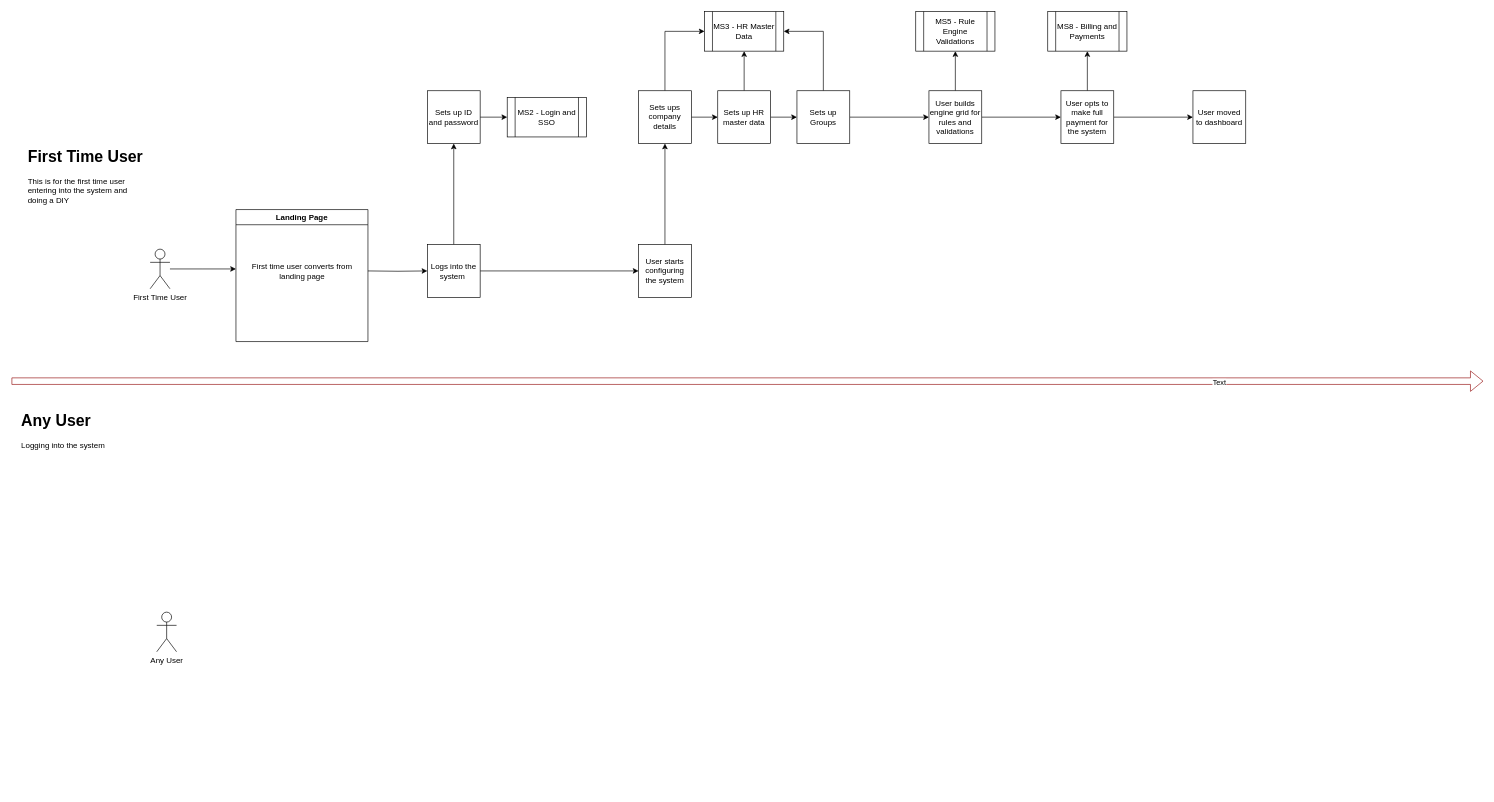
snair0410/cv keeps this draw.io diagram as page "Microservices architecture diagram - page 1" (7 of 7) of CustomerJourney.drawio. Above is the earlier version. Source tidied: cells renumbered, new cells numbered last; positions are measured from the earlier drawing's top-left corner, leaving out a move shared by most shapes. Both pictures are drawn from the tidied source at 66%, with x=0, y=0 at pixel (11, 11).
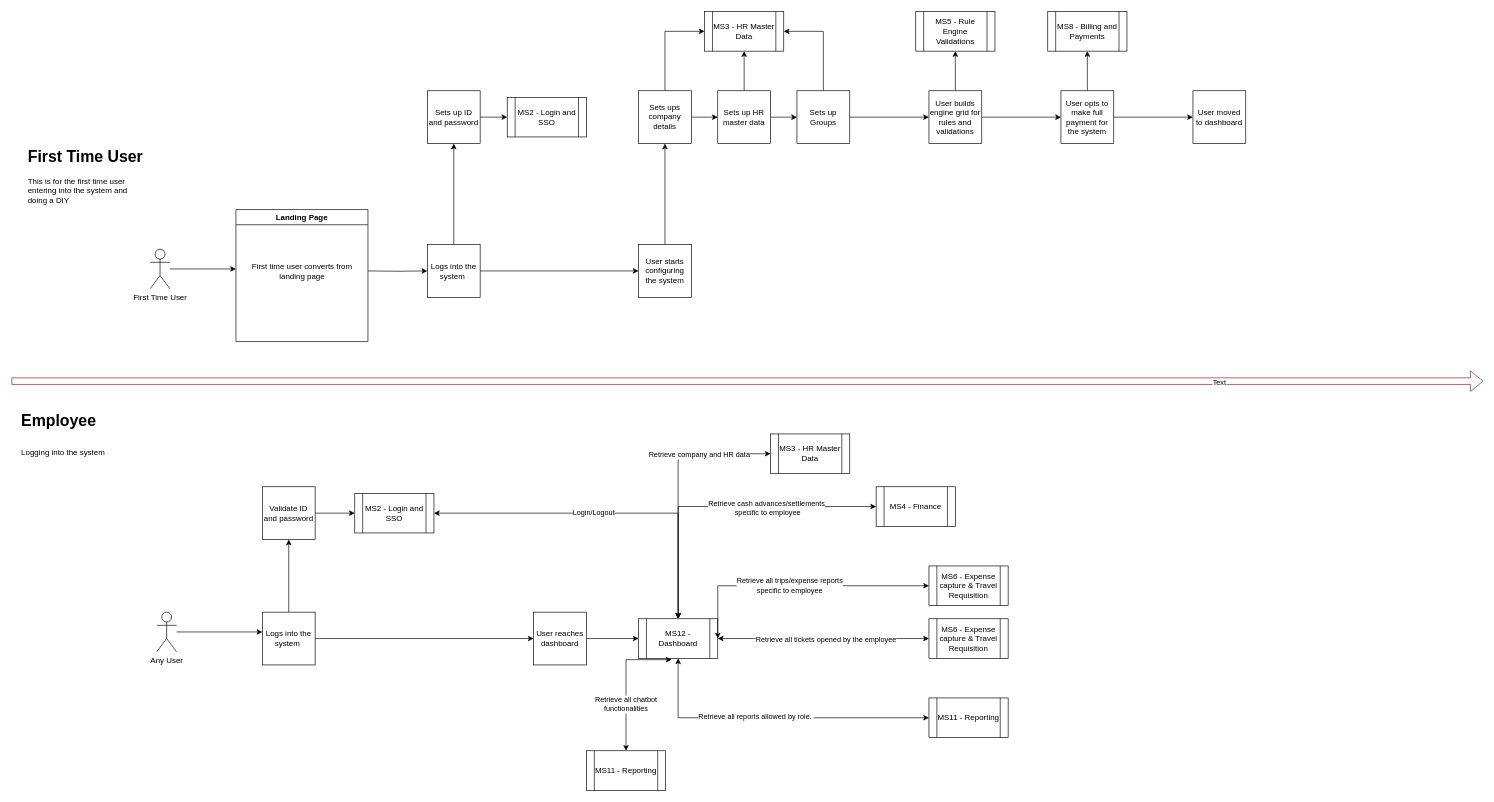
Above is the later version.

The change refers to these unchanged cells:
```xml
<mxCell id="38" value="Any User" style="shape=umlActor;verticalLabelPosition=bottom;verticalAlign=top;html=1;outlineConnect=0;" parent="1" vertex="1">
  <mxGeometry x="220" y="910" width="30" height="60" as="geometry" />
</mxCell>
```

Diff of the diagram source:
```diff
@@
-    <mxCell id="37" value="&lt;h1&gt;Any User&lt;/h1&gt;&lt;div&gt;Logging into the system&lt;/div&gt;" style="text;html=1;strokeColor=none;fillColor=none;spacing=5;spacingTop=-20;whiteSpace=wrap;overflow=hidden;rounded=0;" parent="1" vertex="1">
+    <mxCell id="37" value="&lt;h1&gt;&lt;span style=&quot;background-color: initial;&quot;&gt;Employee&lt;/span&gt;&lt;/h1&gt;&lt;h1&gt;&lt;span style=&quot;background-color: initial; font-size: 12px; font-weight: normal;&quot;&gt;Logging into the system&lt;/span&gt;&lt;br&gt;&lt;/h1&gt;" style="text;html=1;strokeColor=none;fillColor=none;spacing=5;spacingTop=-20;whiteSpace=wrap;overflow=hidden;rounded=0;" parent="1" vertex="1">
       <mxGeometry x="10" y="600" width="190" height="120" as="geometry" />
     </mxCell>
+    <mxCell id="39" style="edgeStyle=orthogonalEdgeStyle;rounded=0;jettySize=auto;html=1;entryX=0;entryY=0.375;entryDx=0;entryDy=0;entryPerimeter=0;" parent="1" edge="1" source="38" target="42">
+      <mxGeometry relative="1" as="geometry" />
+    </mxCell>
@@
+    <mxCell id="40" style="edgeStyle=orthogonalEdgeStyle;rounded=0;jettySize=auto;html=1;" parent="1" edge="1" source="42" target="44">
+      <mxGeometry relative="1" as="geometry" />
+    </mxCell>
+    <mxCell id="41" style="edgeStyle=orthogonalEdgeStyle;rounded=0;jettySize=auto;html=1;" parent="1" edge="1" source="42" target="47">
+      <mxGeometry relative="1" as="geometry" />
+    </mxCell>
+    <mxCell id="42" value="Logs into the system&amp;nbsp;" style="whiteSpace=wrap;html=1;" parent="1" vertex="1">
+      <mxGeometry x="380" y="910" width="80" height="80" as="geometry" />
+    </mxCell>
+    <mxCell id="43" style="edgeStyle=orthogonalEdgeStyle;rounded=0;jettySize=auto;html=1;" parent="1" edge="1" source="44" target="45">
+      <mxGeometry relative="1" as="geometry" />
+    </mxCell>
+    <mxCell id="44" value="Validate ID and password" style="whiteSpace=wrap;html=1;" parent="1" vertex="1">
+      <mxGeometry x="380" y="720" width="80" height="80" as="geometry" />
+    </mxCell>
+    <mxCell id="45" value="MS2 - Login and SSO" style="shape=process;whiteSpace=wrap;html=1;backgroundOutline=1;" parent="1" vertex="1">
+      <mxGeometry x="520" y="730" width="120" height="60" as="geometry" />
+    </mxCell>
+    <mxCell id="46" style="edgeStyle=orthogonalEdgeStyle;rounded=0;jettySize=auto;html=1;" parent="1" edge="1" source="47" target="48">
+      <mxGeometry relative="1" as="geometry" />
+    </mxCell>
+    <mxCell id="47" value="User reaches dashboard" style="whiteSpace=wrap;html=1;" parent="1" vertex="1">
+      <mxGeometry x="791" y="910" width="80" height="80" as="geometry" />
+    </mxCell>
+    <mxCell id="48" value="MS12 - Dashboard" style="shape=process;whiteSpace=wrap;html=1;backgroundOutline=1;" parent="1" vertex="1">
+      <mxGeometry x="950" y="920" width="120" height="60" as="geometry" />
+    </mxCell>
+    <mxCell id="49" style="endArrow=classic;startArrow=classic;html=1;rounded=0;entryX=1;entryY=0.5;entryDx=0;entryDy=0;" parent="1" edge="1" target="45">
+      <mxGeometry relative="1" as="geometry">
+        <mxPoint x="1010" y="920" as="sourcePoint" />
+        <Array as="points">
+          <mxPoint x="1010" y="760" />
+        </Array>
+      </mxGeometry>
+    </mxCell>
+    <mxCell id="50" value="Login/Logout" style="edgeLabel;html=1;align=center;verticalAlign=middle;" parent="49" vertex="1">
+      <mxGeometry x="0.09" y="-1" relative="1" as="geometry" />
+    </mxCell>
+    <mxCell id="51" value="MS3 - HR Master Data" style="shape=process;whiteSpace=wrap;html=1;backgroundOutline=1;" parent="1" vertex="1">
+      <mxGeometry x="1150" y="640" width="120" height="60" as="geometry" />
+    </mxCell>
+    <mxCell id="52" style="endArrow=classic;startArrow=classic;html=1;rounded=0;exitX=0.5;exitY=0;exitDx=0;exitDy=0;entryX=0;entryY=0.5;entryDx=0;entryDy=0;" parent="1" edge="1" source="48" target="51">
+      <mxGeometry relative="1" as="geometry">
+        <Array as="points">
+          <mxPoint x="1010" y="670" />
+        </Array>
+      </mxGeometry>
+    </mxCell>
+    <mxCell id="53" value="Retrieve company and HR data" style="edgeLabel;html=1;align=center;verticalAlign=middle;" parent="52" vertex="1">
+      <mxGeometry x="0.44" y="-1" relative="1" as="geometry" />
+    </mxCell>
+    <mxCell id="54" value="MS4 - Finance" style="shape=process;whiteSpace=wrap;html=1;backgroundOutline=1;" parent="1" vertex="1">
+      <mxGeometry x="1310" y="720" width="120" height="60" as="geometry" />
+    </mxCell>
+    <mxCell id="55" style="endArrow=classic;startArrow=classic;html=1;rounded=0;entryX=0;entryY=0.5;entryDx=0;entryDy=0;" parent="1" edge="1" target="54">
+      <mxGeometry relative="1" as="geometry">
+        <mxPoint x="1010" y="920" as="sourcePoint" />
+        <Array as="points">
+          <mxPoint x="1010" y="750" />
+        </Array>
+      </mxGeometry>
+    </mxCell>
+    <mxCell id="56" value="Retrieve cash advances/settlements&lt;br&gt;&amp;nbsp;specific to employee" style="edgeLabel;html=1;align=center;verticalAlign=middle;" parent="55" vertex="1">
+      <mxGeometry x="0.29" y="-2" relative="1" as="geometry" />
+    </mxCell>
+    <mxCell id="57" value="MS6 - Expense capture &amp;amp; Travel Requisition" style="shape=process;whiteSpace=wrap;html=1;backgroundOutline=1;" parent="1" vertex="1">
+      <mxGeometry x="1390" y="840" width="120" height="60" as="geometry" />
+    </mxCell>
+    <mxCell id="58" style="endArrow=classic;startArrow=classic;html=1;rounded=0;exitX=1;exitY=0.5;exitDx=0;exitDy=0;entryX=0;entryY=0.5;entryDx=0;entryDy=0;" parent="1" edge="1" source="48" target="57">
+      <mxGeometry relative="1" as="geometry">
+        <Array as="points">
+          <mxPoint x="1070" y="870" />
+        </Array>
+      </mxGeometry>
+    </mxCell>
+    <mxCell id="59" value="Retrieve all trips/expense reports&lt;br&gt;specific to employee" style="edgeLabel;html=1;align=center;verticalAlign=middle;" parent="58" vertex="1">
+      <mxGeometry x="-0.06" y="1" relative="1" as="geometry" />
+    </mxCell>
+    <mxCell id="60" value="MS6 - Expense capture &amp;amp; Travel Requisition" style="shape=process;whiteSpace=wrap;html=1;backgroundOutline=1;" parent="1" vertex="1">
+      <mxGeometry x="1390" y="920" width="120" height="60" as="geometry" />
+    </mxCell>
+    <mxCell id="61" style="endArrow=classic;startArrow=classic;html=1;rounded=0;entryX=0;entryY=0.5;entryDx=0;entryDy=0;" parent="1" edge="1" target="60">
+      <mxGeometry relative="1" as="geometry">
+        <mxPoint x="1070" y="950" as="sourcePoint" />
+      </mxGeometry>
+    </mxCell>
+    <mxCell id="62" value="Retrieve all tickets opened by the employee" style="edgeLabel;html=1;align=center;verticalAlign=middle;" parent="61" vertex="1">
+      <mxGeometry x="0.02" relative="1" as="geometry" />
+    </mxCell>
+    <mxCell id="63" value="MS11 - Reporting" style="shape=process;whiteSpace=wrap;html=1;backgroundOutline=1;" parent="1" vertex="1">
+      <mxGeometry x="1390" y="1040" width="120" height="60" as="geometry" />
+    </mxCell>
+    <mxCell id="64" style="endArrow=classic;startArrow=classic;html=1;rounded=0;exitX=0.5;exitY=1;exitDx=0;exitDy=0;entryX=0;entryY=0.5;entryDx=0;entryDy=0;" parent="1" edge="1" source="48" target="63">
+      <mxGeometry relative="1" as="geometry">
+        <Array as="points">
+          <mxPoint x="1010" y="1070" />
+        </Array>
+      </mxGeometry>
+    </mxCell>
+    <mxCell id="65" value="Retrieve all reports allowed by role.&amp;nbsp;" style="edgeLabel;html=1;align=center;verticalAlign=middle;" parent="64" vertex="1">
+      <mxGeometry x="-0.12" y="3" relative="1" as="geometry" />
+    </mxCell>
+    <mxCell id="66" value="MS11 - Reporting" style="shape=process;whiteSpace=wrap;html=1;backgroundOutline=1;" parent="1" vertex="1">
+      <mxGeometry x="871" y="1120" width="120" height="60" as="geometry" />
+    </mxCell>
+    <mxCell id="67" style="endArrow=classic;startArrow=classic;html=1;rounded=0;entryX=0.5;entryY=0;entryDx=0;entryDy=0;exitX=0.417;exitY=1.033;exitDx=0;exitDy=0;exitPerimeter=0;" parent="1" edge="1" source="48" target="66">
+      <mxGeometry relative="1" as="geometry">
+        <Array as="points">
+          <mxPoint x="931" y="982" />
+        </Array>
+      </mxGeometry>
+    </mxCell>
+    <mxCell id="68" value="Retrieve all chatbot&lt;br&gt;functionalities" style="edgeLabel;html=1;align=center;verticalAlign=middle;" parent="67" vertex="1">
+      <mxGeometry x="0.32" y="-1" relative="1" as="geometry" />
+    </mxCell>
```
